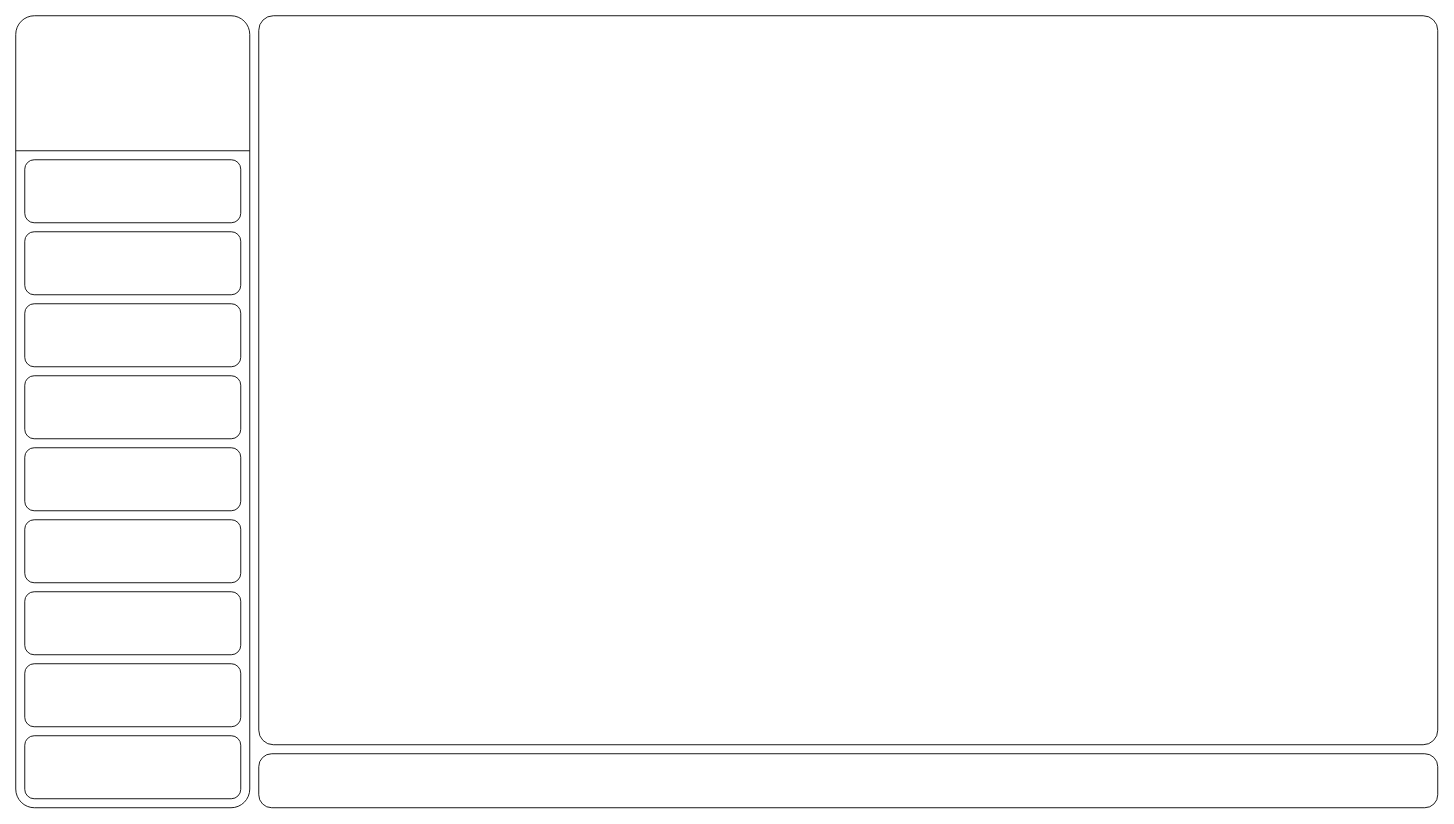
Before: 2.drawio in nikitax44/systems-engineering, a draw.io diagram. Source tidied: cells renumbered, new cells numbered last; positions are measured from the earlier drawing's top-left corner, leaving out a move shared by most shapes. Both pictures are drawn from the tidied source at 90%, with x=0, y=0 at pixel (15, 15). Pictures stored in the file or linked from it are replaced by grey dashed boxes.
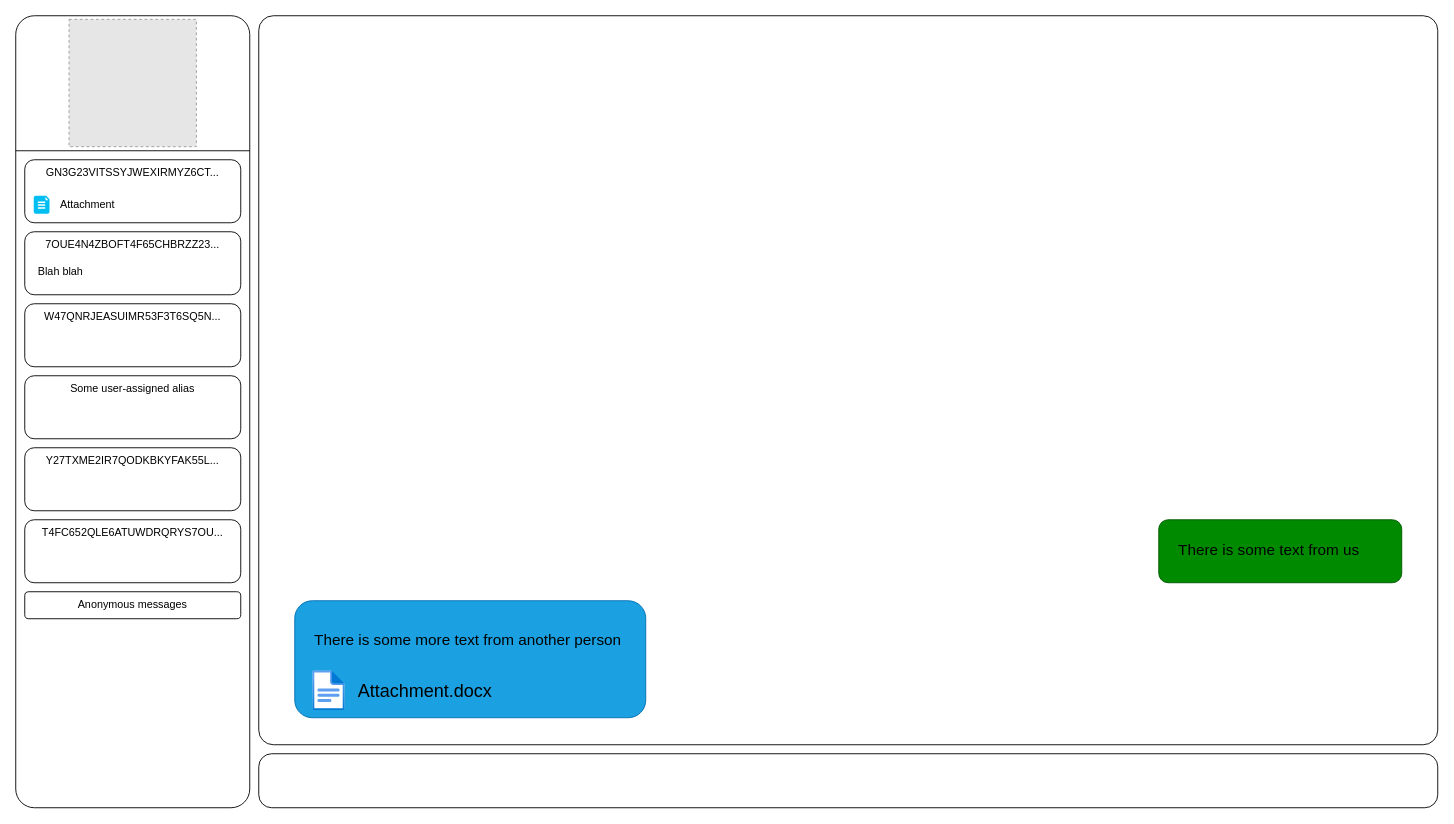
The same diagram, later.

What changed in the source:
```diff
@@
-    <mxCell id="2" style="rounded=1;whiteSpace=wrap;html=1;arcSize=2;" parent="1" vertex="1">
+    <mxCell id="2" style="rounded=1;whiteSpace=wrap;html=1;arcSize=2;fillColor=light-dark(#FFFFFF,#1A1A1A);" parent="1" vertex="1">
       <mxGeometry x="270" width="1310" height="810" as="geometry" />
     </mxCell>
@@
-    <mxCell id="6" style="rounded=1;whiteSpace=wrap;html=1;" parent="1" vertex="1">
+    <mxCell id="6" style="rounded=1;whiteSpace=wrap;html=1;fillColor=light-dark(#FFFFFF,#333333);" parent="1" vertex="1">
       <mxGeometry x="10" y="160" width="240" height="70" as="geometry" />
     </mxCell>
@@
     <mxCell id="12" style="rounded=1;whiteSpace=wrap;html=1;" parent="1" vertex="1">
-      <mxGeometry x="10" y="640" width="240" height="70" as="geometry" />
+      <mxGeometry x="10" y="640" width="240" height="30" as="geometry" />
     </mxCell>
-    <mxCell id="13" style="rounded=1;whiteSpace=wrap;html=1;" parent="1" vertex="1">
-      <mxGeometry x="10" y="720" width="240" height="70" as="geometry" />
-    </mxCell>
-    <mxCell id="14" style="rounded=1;whiteSpace=wrap;html=1;" parent="1" vertex="1">
-      <mxGeometry x="10" y="800" width="240" height="70" as="geometry" />
-    </mxCell>
+    <mxCell id="15" style="rounded=1;whiteSpace=wrap;html=1;fillColor=#1ba1e2;fontColor=#ffffff;strokeColor=#006EAF;" parent="1" vertex="1">
+      <mxGeometry x="310" y="650" width="390" height="130" as="geometry" />
+    </mxCell>
+    <mxCell id="16" style="rounded=1;whiteSpace=wrap;html=1;fillColor=#008a00;fontColor=#ffffff;strokeColor=#005700;" parent="1" vertex="1">
+      <mxGeometry x="1270" y="560" width="270" height="70" as="geometry" />
+    </mxCell>
+    <mxCell id="17" style="image;html=1;align=center;fontSize=12;image=img/lib/azure2/general/File.svg;" parent="1" vertex="1">
+      <mxGeometry x="330" y="727.8" width="36" height="44.4" as="geometry" />
+    </mxCell>
+    <mxCell id="18" value="&lt;font style=&quot;font-size: 20px;&quot;&gt;Attachment.docx&lt;/font&gt;" style="text;html=1;whiteSpace=wrap;strokeColor=none;fillColor=none;align=center;verticalAlign=middle;rounded=0;" parent="1" vertex="1">
+      <mxGeometry x="350" y="720" width="210" height="60" as="geometry" />
+    </mxCell>
+    <mxCell id="19" value="&lt;div align=&quot;left&quot;&gt;&lt;font style=&quot;font-size: 17px;&quot;&gt;There is some more&amp;nbsp;text from another person&lt;/font&gt;&lt;/div&gt;" style="text;html=1;whiteSpace=wrap;strokeColor=none;fillColor=none;align=left;verticalAlign=middle;rounded=0;" parent="1" vertex="1">
+      <mxGeometry x="330" y="670" width="440" height="50" as="geometry" />
+    </mxCell>
+    <mxCell id="20" value="&lt;div align=&quot;left&quot;&gt;&lt;font style=&quot;font-size: 17px;&quot;&gt;There is some text from us&lt;/font&gt;&lt;/div&gt;" style="text;html=1;whiteSpace=wrap;strokeColor=none;fillColor=none;align=left;verticalAlign=middle;rounded=0;" parent="1" vertex="1">
+      <mxGeometry x="1290" y="570" width="210" height="50" as="geometry" />
+    </mxCell>
+    <mxCell id="21" style="verticalLabelPosition=bottom;html=1;verticalAlign=top;align=center;strokeColor=none;fillColor=#00BEF2;shape=mxgraph.azure.file_2;" parent="1" vertex="1">
+      <mxGeometry x="20" y="200" width="17.5" height="20" as="geometry" />
+    </mxCell>
+    <mxCell id="22" value="Attachment" style="text;html=1;whiteSpace=wrap;strokeColor=none;fillColor=none;align=center;verticalAlign=middle;rounded=0;" parent="1" vertex="1">
+      <mxGeometry x="50" y="195" width="60" height="30" as="geometry" />
+    </mxCell>
+    <mxCell id="23" value="W47QNRJEASUIMR53F3T6SQ5N..." style="text;html=1;whiteSpace=wrap;strokeColor=none;fillColor=none;align=center;verticalAlign=middle;rounded=0;" parent="1" vertex="1">
+      <mxGeometry x="10" y="320" width="240" height="30" as="geometry" />
+    </mxCell>
+    <mxCell id="24" value="7OUE4N4ZBOFT4F65CHBRZZ23..." style="text;html=1;whiteSpace=wrap;strokeColor=none;fillColor=none;align=center;verticalAlign=middle;rounded=0;" parent="1" vertex="1">
+      <mxGeometry x="10" y="240" width="240" height="30" as="geometry" />
+    </mxCell>
+    <mxCell id="25" value="GN3G23VITSSYJWEXIRMYZ6CT..." style="text;html=1;whiteSpace=wrap;strokeColor=none;fillColor=none;align=center;verticalAlign=middle;rounded=0;" parent="1" vertex="1">
+      <mxGeometry x="10" y="160" width="240" height="30" as="geometry" />
+    </mxCell>
+    <mxCell id="26" value="Some user-assigned alias" style="text;html=1;whiteSpace=wrap;strokeColor=none;fillColor=none;align=center;verticalAlign=middle;rounded=0;" parent="1" vertex="1">
+      <mxGeometry x="10" y="400" width="240" height="30" as="geometry" />
+    </mxCell>
+    <mxCell id="27" value="Y27TXME2IR7QODKBKYFAK55L..." style="text;html=1;whiteSpace=wrap;strokeColor=none;fillColor=none;align=center;verticalAlign=middle;rounded=0;" parent="1" vertex="1">
+      <mxGeometry x="10" y="480" width="240" height="30" as="geometry" />
+    </mxCell>
+    <mxCell id="28" value="T4FC652QLE6ATUWDRQRYS7OU..." style="text;html=1;whiteSpace=wrap;strokeColor=none;fillColor=none;align=center;verticalAlign=middle;rounded=0;" parent="1" vertex="1">
+      <mxGeometry x="10" y="560" width="240" height="30" as="geometry" />
+    </mxCell>
+    <mxCell id="29" value="Anonymous messages" style="text;html=1;whiteSpace=wrap;strokeColor=none;fillColor=none;align=center;verticalAlign=middle;rounded=0;" parent="1" vertex="1">
+      <mxGeometry x="10" y="640" width="240" height="30" as="geometry" />
+    </mxCell>
+    <mxCell id="30" value="Blah blah" style="text;html=1;whiteSpace=wrap;strokeColor=none;fillColor=none;align=center;verticalAlign=middle;rounded=0;" parent="1" vertex="1">
+      <mxGeometry x="20" y="270" width="60" height="30" as="geometry" />
+    </mxCell>
+    <mxCell id="31" style="fillColor=#E6E6E6;strokeColor=#999999;dashed=1;verticalLabelPosition=bottom;verticalAlign=top;" parent="1" vertex="1">
+      <mxGeometry x="59.2" y="4" width="141.5" height="141.5" as="geometry" />
+    </mxCell>
```
